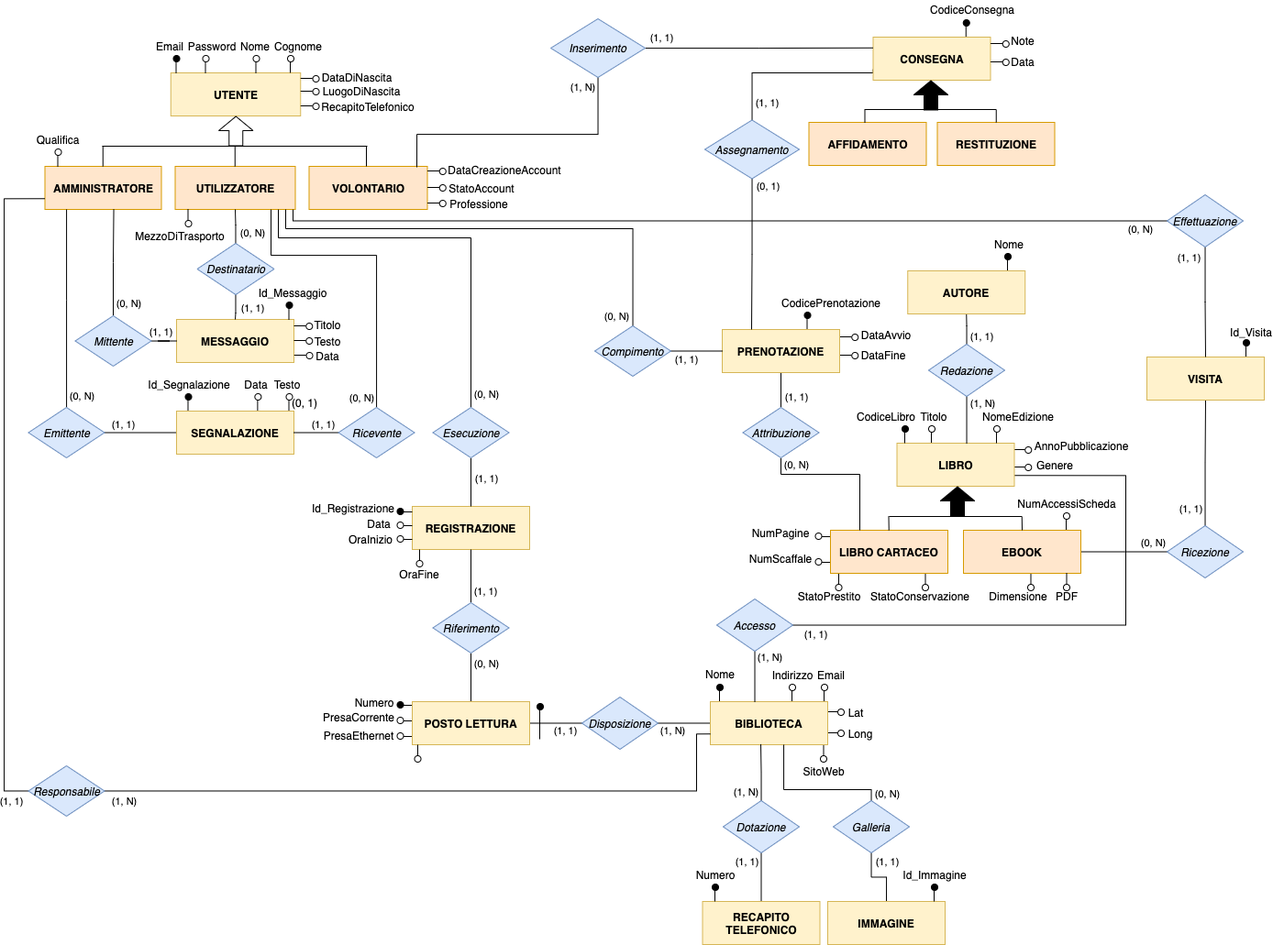
The draw.io diagram ModelloER/DiagrammaDrawio.png in alessioarcara/Progetto_Basi_Dati, before a commit. Source tidied: cells renumbered, new cells last; positions are measured from the earlier drawing's top-left corner, leaving out a move shared by most shapes.
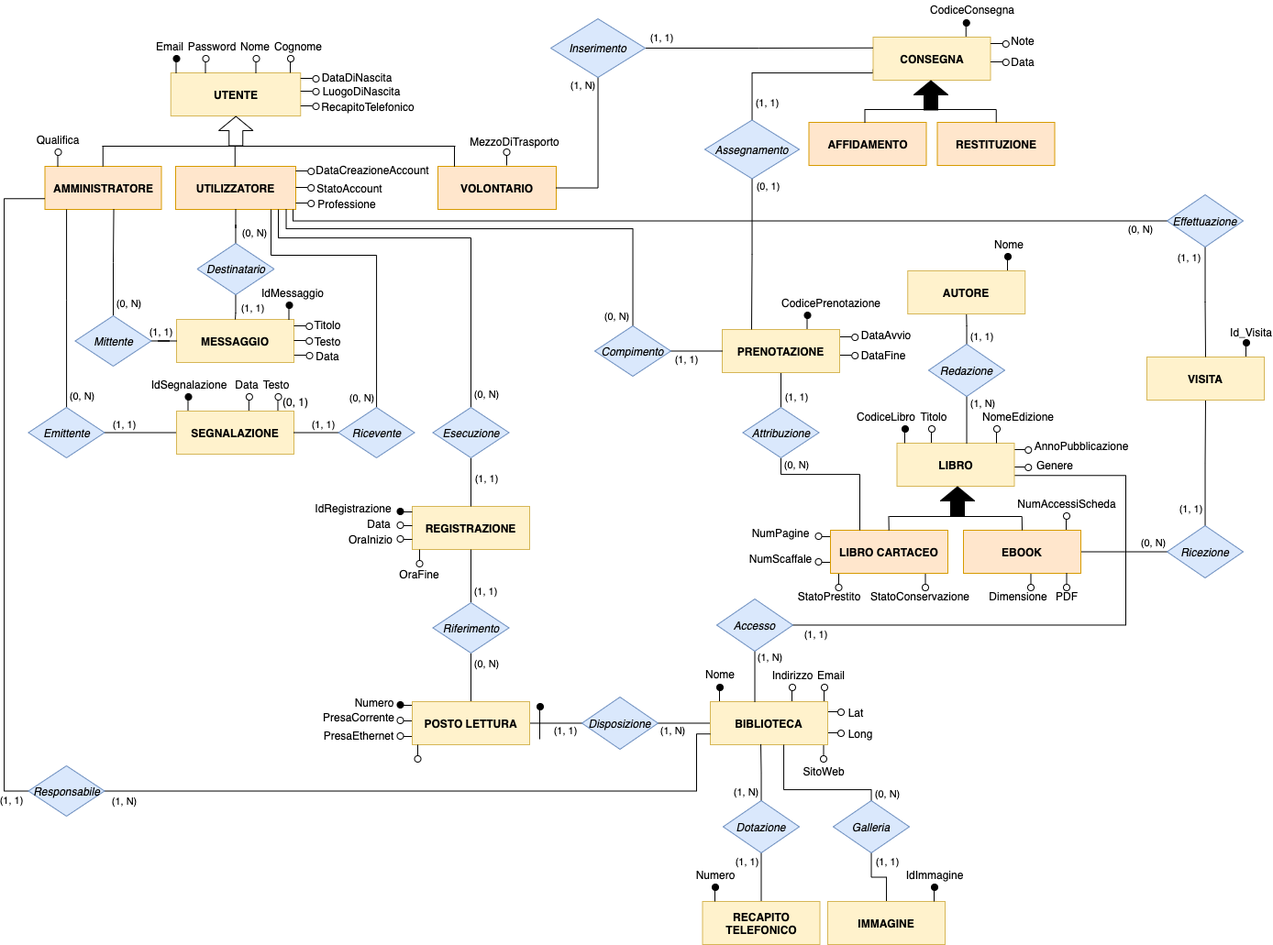
Later version of the same file.

The edit, as a diff of the source:
```diff
@@ -9,10 +9,10 @@
       <mxGeometry x="44.5" y="181" width="127" height="47" as="geometry" />
     </mxCell>
     <mxCell id="4" value="VOLONTARIO" style="rounded=0;whiteSpace=wrap;html=1;fillColor=#ffe6cc;strokeColor=#d79b00;fontStyle=1;" parent="1" vertex="1">
-      <mxGeometry x="332.5" y="181" width="129" height="47" as="geometry" />
+      <mxGeometry x="473" y="181" width="129" height="47" as="geometry" />
     </mxCell>
     <mxCell id="5" value="UTILIZZATORE" style="rounded=0;whiteSpace=wrap;html=1;fillColor=#ffe6cc;strokeColor=#d79b00;fontStyle=1;" parent="1" vertex="1">
-      <mxGeometry x="186.5" y="181" width="131" height="47" as="geometry" />
+      <mxGeometry x="187" y="181" width="131" height="47" as="geometry" />
     </mxCell>
     <mxCell id="6" style="endArrow=none;html=1;" parent="1" edge="1">
       <mxGeometry relative="1" as="geometry">
@@ -23,13 +23,13 @@
     <mxCell id="7" style="endArrow=none;html=1;" parent="1" edge="1">
       <mxGeometry relative="1" as="geometry">
         <mxPoint x="107" y="159" as="sourcePoint" />
-        <mxPoint x="396" y="159" as="targetPoint" />
+        <mxPoint x="492" y="159" as="targetPoint" />
       </mxGeometry>
     </mxCell>
     <mxCell id="8" style="endArrow=none;html=1;" parent="1" edge="1">
       <mxGeometry relative="1" as="geometry">
-        <mxPoint x="395" y="181" as="sourcePoint" />
-        <mxPoint x="395" y="159" as="targetPoint" />
+        <mxPoint x="491" y="181.2" as="sourcePoint" />
+        <mxPoint x="491" y="159.2" as="targetPoint" />
       </mxGeometry>
     </mxCell>
     <mxCell id="9" style="endArrow=none;html=1;" parent="1" edge="1">
@@ -133,12 +133,12 @@
     </mxCell>
     <mxCell id="32" style="endArrow=none;html=1;" parent="1" edge="1">
       <mxGeometry relative="1" as="geometry">
-        <mxPoint x="200.5" y="240" as="sourcePoint" />
-        <mxPoint x="200.5" y="228" as="targetPoint" />
+        <mxPoint x="548" y="180" as="sourcePoint" />
+        <mxPoint x="548" y="168" as="targetPoint" />
       </mxGeometry>
     </mxCell>
     <mxCell id="33" style="ellipse;whiteSpace=wrap;html=1;fillColor=#FFFFFF;" parent="1" vertex="1">
-      <mxGeometry x="197.5" y="240" width="7" height="7" as="geometry" />
+      <mxGeometry x="544.5" y="162" width="7" height="7" as="geometry" />
     </mxCell>
     <mxCell id="34" style="endArrow=none;html=1;" parent="1" edge="1">
       <mxGeometry relative="1" as="geometry">
@@ -193,12 +193,12 @@
     </mxCell>
     <mxCell id="46" style="endArrow=none;html=1;" parent="1" edge="1">
       <mxGeometry relative="1" as="geometry">
-        <mxPoint x="461.5" y="186" as="sourcePoint" />
-        <mxPoint x="474.5" y="186" as="targetPoint" />
+        <mxPoint x="318" y="186" as="sourcePoint" />
+        <mxPoint x="331" y="186" as="targetPoint" />
       </mxGeometry>
     </mxCell>
     <mxCell id="47" style="ellipse;whiteSpace=wrap;html=1;fillColor=#FFFFFF;" parent="1" vertex="1">
-      <mxGeometry x="474.8" y="183" width="7" height="7" as="geometry" />
+      <mxGeometry x="331.2" y="183" width="7" height="7" as="geometry" />
     </mxCell>
     <mxCell id="48" style="endArrow=none;html=1;" parent="1" edge="1">
       <mxGeometry relative="1" as="geometry">
@@ -228,13 +228,13 @@
       <mxGeometry x="449.5" y="611" width="7" height="7" as="geometry" />
     </mxCell>
     <mxCell id="55" value="MezzoDiTrasporto" style="text;html=1;strokeColor=none;fillColor=none;align=center;verticalAlign=middle;whiteSpace=wrap;rounded=0;" parent="1" vertex="1">
-      <mxGeometry x="171.5" y="247" width="40" height="20" as="geometry" />
+      <mxGeometry x="537" y="144" width="40" height="20" as="geometry" />
     </mxCell>
     <mxCell id="56" value="Professione" style="text;html=1;strokeColor=none;fillColor=none;align=center;verticalAlign=middle;whiteSpace=wrap;rounded=0;" parent="1" vertex="1">
-      <mxGeometry x="498" y="211.5" width="40" height="20" as="geometry" />
+      <mxGeometry x="354" y="211.5" width="40" height="20" as="geometry" />
     </mxCell>
     <mxCell id="57" value="DataCreazioneAccount" style="text;html=1;strokeColor=none;fillColor=none;align=center;verticalAlign=middle;whiteSpace=wrap;rounded=0;" parent="1" vertex="1">
-      <mxGeometry x="525.5" y="175" width="40" height="20" as="geometry" />
+      <mxGeometry x="382" y="175" width="40" height="20" as="geometry" />
     </mxCell>
     <mxCell id="58" style="endArrow=none;html=1;" parent="1" edge="1">
       <mxGeometry relative="1" as="geometry">
@@ -256,12 +256,12 @@
     </mxCell>
     <mxCell id="62" style="endArrow=none;html=1;" parent="1" edge="1">
       <mxGeometry relative="1" as="geometry">
-        <mxPoint x="461.5" y="204" as="sourcePoint" />
-        <mxPoint x="474.5" y="204" as="targetPoint" />
+        <mxPoint x="318" y="204" as="sourcePoint" />
+        <mxPoint x="331" y="204" as="targetPoint" />
       </mxGeometry>
     </mxCell>
     <mxCell id="63" style="ellipse;whiteSpace=wrap;html=1;fillColor=#FFFFFF;" parent="1" vertex="1">
-      <mxGeometry x="474.8" y="201" width="7" height="7" as="geometry" />
+      <mxGeometry x="331.2" y="201" width="7" height="7" as="geometry" />
     </mxCell>
     <mxCell id="64" style="endArrow=none;html=1;" parent="1" edge="1">
       <mxGeometry relative="1" as="geometry">
@@ -274,12 +274,12 @@
     </mxCell>
     <mxCell id="66" style="endArrow=none;html=1;" parent="1" edge="1">
       <mxGeometry relative="1" as="geometry">
-        <mxPoint x="276.4" y="448" as="sourcePoint" />
-        <mxPoint x="276.4" y="436" as="targetPoint" />
+        <mxPoint x="266.9" y="448" as="sourcePoint" />
+        <mxPoint x="266.9" y="436" as="targetPoint" />
       </mxGeometry>
     </mxCell>
     <mxCell id="67" style="ellipse;whiteSpace=wrap;html=1;fillColor=#FFFFFF;" parent="1" vertex="1">
-      <mxGeometry x="273.4" y="429" width="7" height="7" as="geometry" />
+      <mxGeometry x="263.9" y="429" width="7" height="7" as="geometry" />
     </mxCell>
     <mxCell id="68" style="endArrow=none;html=1;" parent="1" edge="1">
       <mxGeometry relative="1" as="geometry">
@@ -301,24 +301,24 @@
     </mxCell>
     <mxCell id="72" style="endArrow=none;html=1;" parent="1" edge="1">
       <mxGeometry relative="1" as="geometry">
-        <mxPoint x="310.5" y="448" as="sourcePoint" />
-        <mxPoint x="310.5" y="436" as="targetPoint" />
+        <mxPoint x="298.5" y="448" as="sourcePoint" />
+        <mxPoint x="298.5" y="436" as="targetPoint" />
       </mxGeometry>
     </mxCell>
     <mxCell id="73" style="ellipse;whiteSpace=wrap;html=1;fillColor=#FFFFFF;" parent="1" vertex="1">
-      <mxGeometry x="307.5" y="429" width="7" height="7" as="geometry" />
+      <mxGeometry x="295.5" y="429" width="7" height="7" as="geometry" />
     </mxCell>
     <mxCell id="74" value="StatoAccount" style="text;html=1;strokeColor=none;fillColor=none;align=center;verticalAlign=middle;whiteSpace=wrap;rounded=0;" parent="1" vertex="1">
-      <mxGeometry x="500.5" y="194.5" width="40" height="20" as="geometry" />
+      <mxGeometry x="357" y="194.5" width="40" height="20" as="geometry" />
     </mxCell>
     <mxCell id="75" style="endArrow=none;html=1;" parent="1" edge="1">
       <mxGeometry relative="1" as="geometry">
-        <mxPoint x="461.5" y="221" as="sourcePoint" />
-        <mxPoint x="474.5" y="221" as="targetPoint" />
+        <mxPoint x="318" y="221" as="sourcePoint" />
+        <mxPoint x="331" y="221" as="targetPoint" />
       </mxGeometry>
     </mxCell>
     <mxCell id="76" style="ellipse;whiteSpace=wrap;html=1;fillColor=#FFFFFF;" parent="1" vertex="1">
-      <mxGeometry x="474.8" y="218" width="7" height="7" as="geometry" />
+      <mxGeometry x="331.2" y="218" width="7" height="7" as="geometry" />
     </mxCell>
     <mxCell id="77" style="endArrow=none;html=1;" parent="1" edge="1">
       <mxGeometry relative="1" as="geometry">
@@ -410,7 +410,7 @@
     <mxCell id="96" style="ellipse;whiteSpace=wrap;html=1;fillColor=#000000;" parent="1" vertex="1">
       <mxGeometry x="1091" y="276" width="7" height="7" as="geometry" />
     </mxCell>
-    <mxCell id="97" value="Id_Messaggio" style="text;html=1;strokeColor=none;fillColor=none;align=center;verticalAlign=middle;whiteSpace=wrap;rounded=0;" parent="1" vertex="1">
+    <mxCell id="97" value="IdMessaggio" style="text;html=1;strokeColor=none;fillColor=none;align=center;verticalAlign=middle;whiteSpace=wrap;rounded=0;" parent="1" vertex="1">
       <mxGeometry x="294.5" y="309" width="40" height="20" as="geometry" />
     </mxCell>
     <mxCell id="98" value="Titolo" style="text;html=1;strokeColor=none;fillColor=none;align=center;verticalAlign=middle;whiteSpace=wrap;rounded=0;" parent="1" vertex="1">
@@ -449,17 +449,17 @@
     <mxCell id="106" value="SEGNALAZIONE" style="rounded=0;whiteSpace=wrap;html=1;fillColor=#fff2cc;strokeColor=#d6b656;fontStyle=1;" parent="1" vertex="1">
       <mxGeometry x="188" y="448" width="128" height="47" as="geometry" />
     </mxCell>
-    <mxCell id="107" value="Id_Segnalazione" style="text;html=1;strokeColor=none;fillColor=none;align=center;verticalAlign=middle;whiteSpace=wrap;rounded=0;" parent="1" vertex="1">
+    <mxCell id="107" value="IdSegnalazione" style="text;html=1;strokeColor=none;fillColor=none;align=center;verticalAlign=middle;whiteSpace=wrap;rounded=0;" parent="1" vertex="1">
       <mxGeometry x="181.8" y="409" width="40" height="20" as="geometry" />
     </mxCell>
     <mxCell id="108" value="Data" style="text;html=1;strokeColor=none;fillColor=none;align=center;verticalAlign=middle;whiteSpace=wrap;rounded=0;" parent="1" vertex="1">
-      <mxGeometry x="254.5" y="409" width="40" height="20" as="geometry" />
+      <mxGeometry x="245" y="409" width="40" height="20" as="geometry" />
     </mxCell>
     <mxCell id="109" value="Testo" style="text;html=1;strokeColor=none;fillColor=none;align=center;verticalAlign=middle;whiteSpace=wrap;rounded=0;" parent="1" vertex="1">
-      <mxGeometry x="290.5" y="409" width="36" height="20" as="geometry" />
+      <mxGeometry x="278.5" y="409" width="36" height="20" as="geometry" />
     </mxCell>
     <mxCell id="110" value="(0, 1)" style="text;html=1;strokeColor=none;fillColor=none;align=center;verticalAlign=middle;whiteSpace=wrap;rounded=0;" parent="1" vertex="1">
-      <mxGeometry x="307.5" y="429" width="40" height="20" as="geometry" />
+      <mxGeometry x="298.2" y="428" width="40" height="20" as="geometry" />
     </mxCell>
     <mxCell id="111" style="edgeStyle=orthogonalEdgeStyle;rounded=0;jettySize=auto;html=1;entryX=1;entryY=0.5;entryDx=0;entryDy=0;endArrow=none;endFill=0;" parent="1" edge="1" source="115" target="106">
       <mxGeometry relative="1" as="geometry" />
@@ -576,7 +576,7 @@
     <mxCell id="134" style="ellipse;whiteSpace=wrap;html=1;fillColor=#FFFFFF;" parent="1" vertex="1">
       <mxGeometry x="428.5" y="569" width="7" height="7" as="geometry" />
     </mxCell>
-    <mxCell id="135" value="Id_Registrazione" style="text;html=1;strokeColor=none;fillColor=none;align=center;verticalAlign=middle;whiteSpace=wrap;rounded=0;" parent="1" vertex="1">
+    <mxCell id="135" value="IdRegistrazione" style="text;html=1;strokeColor=none;fillColor=none;align=center;verticalAlign=middle;whiteSpace=wrap;rounded=0;" parent="1" vertex="1">
       <mxGeometry x="360.5" y="544" width="40" height="20" as="geometry" />
     </mxCell>
     <mxCell id="136" value="Data" style="text;html=1;strokeColor=none;fillColor=none;align=center;verticalAlign=middle;whiteSpace=wrap;rounded=0;" parent="1" vertex="1">
@@ -783,7 +783,7 @@
     <mxCell id="188" style="ellipse;whiteSpace=wrap;html=1;fillColor=#000000;" parent="1" vertex="1">
       <mxGeometry x="1011" y="964" width="7" height="7" as="geometry" />
     </mxCell>
-    <mxCell id="189" value="Id_Immagine" style="text;html=1;strokeColor=none;fillColor=none;align=center;verticalAlign=middle;whiteSpace=wrap;rounded=0;" parent="1" vertex="1">
+    <mxCell id="189" value="IdImmagine" style="text;html=1;strokeColor=none;fillColor=none;align=center;verticalAlign=middle;whiteSpace=wrap;rounded=0;" parent="1" vertex="1">
       <mxGeometry x="994.5" y="944" width="40" height="20" as="geometry" />
     </mxCell>
     <mxCell id="190" style="endArrow=none;html=1;" parent="1" edge="1">
@@ -1169,27 +1169,22 @@
     <mxCell id="281" value="Data" style="text;html=1;strokeColor=none;fillColor=none;align=center;verticalAlign=middle;whiteSpace=wrap;rounded=0;" parent="1" vertex="1">
       <mxGeometry x="1091" y="57" width="40" height="20" as="geometry" />
     </mxCell>
+    <mxCell id="284" style="edgeStyle=orthogonalEdgeStyle;rounded=0;jettySize=auto;html=1;entryX=0;entryY=0.25;entryDx=0;entryDy=0;endArrow=none;endFill=0;fillColor=#000000;" parent="1" edge="1" source="286" target="268">
+      <mxGeometry relative="1" as="geometry" />
+    </mxCell>
+    <mxCell id="285" value="(1, 1)" style="edgeLabel;html=1;align=center;verticalAlign=middle;" parent="284" vertex="1">
+      <mxGeometry x="-0.86" relative="1" as="geometry">
+        <mxPoint x="0.5" y="-11.5" as="offset" />
+      </mxGeometry>
+    </mxCell>
-    <mxCell id="282" style="edgeStyle=orthogonalEdgeStyle;rounded=0;jettySize=auto;html=1;entryX=0.911;entryY=0.021;entryDx=0;entryDy=0;entryPerimeter=0;endArrow=none;endFill=0;fillColor=#000000;" parent="1" edge="1" source="286" target="4">
-      <mxGeometry relative="1" as="geometry">
-        <Array as="points">
-          <mxPoint x="648" y="146" />
-          <mxPoint x="450" y="146" />
-        </Array>
-      </mxGeometry>
+    <mxCell id="282" style="edgeStyle=orthogonalEdgeStyle;rounded=0;jettySize=auto;html=1;entryX=1;entryY=0.5;entryDx=0;entryDy=0;endArrow=none;endFill=0;" parent="1" edge="1" source="286" target="4">
+      <mxGeometry relative="1" as="geometry" />
     </mxCell>
     <mxCell id="283" value="(1, N)" style="edgeLabel;html=1;align=center;verticalAlign=middle;" parent="282" vertex="1">
-      <mxGeometry x="-0.9" relative="1" as="geometry">
-        <mxPoint x="-17.5" y="-4.5" as="offset" />
+      <mxGeometry x="-0.76" relative="1" as="geometry">
+        <mxPoint x="-17.5" y="-12" as="offset" />
       </mxGeometry>
     </mxCell>
-    <mxCell id="284" style="edgeStyle=orthogonalEdgeStyle;rounded=0;jettySize=auto;html=1;entryX=0;entryY=0.25;entryDx=0;entryDy=0;endArrow=none;endFill=0;fillColor=#000000;" parent="1" edge="1" source="286" target="268">
-      <mxGeometry relative="1" as="geometry" />
-    </mxCell>
-    <mxCell id="285" value="(1, 1)" style="edgeLabel;html=1;align=center;verticalAlign=middle;" parent="284" vertex="1">
-      <mxGeometry x="-0.86" relative="1" as="geometry">
-        <mxPoint x="0.5" y="-11.5" as="offset" />
-      </mxGeometry>
-    </mxCell>
     <mxCell id="286" value="Inserimento" style="rhombus;whiteSpace=wrap;html=1;fillColor=#dae8fc;strokeColor=#6c8ebf;fontStyle=2;" parent="1" vertex="1">
       <mxGeometry x="596" y="20" width="103" height="64" as="geometry" />
     </mxCell>
```
